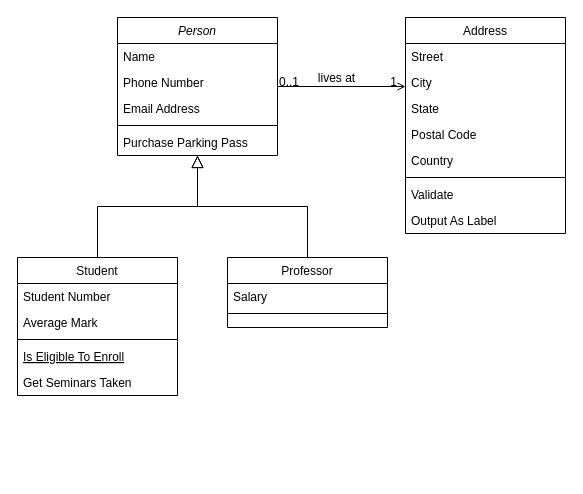
Before: 제목 없는 다이어그램.drawio in shashak23/kt_ds_education, a draw.io diagram. Source tidied: cells renumbered, new cells numbered last; positions are measured from the earlier drawing's top-left corner, leaving out a move shared by most shapes. Both pictures are drawn from the tidied source at 100%, with x=0, y=0 at pixel (17, 17).
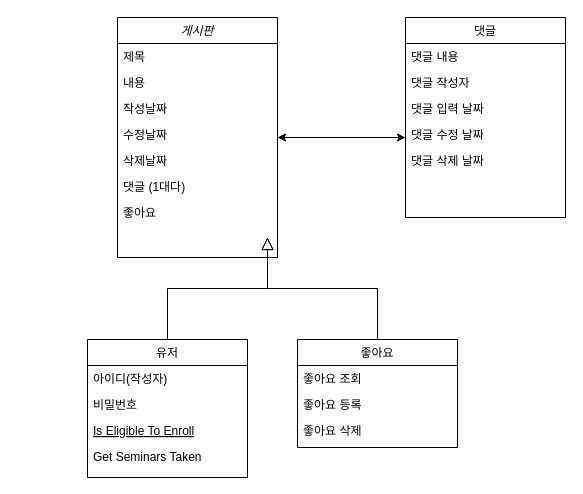
After the change.

Change to the diagram source:
```diff
@@
-    <mxCell id="2" value="Person" style="swimlane;fontStyle=2;align=center;verticalAlign=top;horizontal=1;startSize=26;rounded=0;shadow=0;strokeWidth=1;" parent="1" vertex="1">
-      <mxGeometry x="100" width="160" height="138" as="geometry" />
+    <mxCell id="2" value="게시판" style="swimlane;fontStyle=2;align=center;verticalAlign=top;horizontal=1;startSize=26;rounded=0;shadow=0;strokeWidth=1;" parent="1" vertex="1">
+      <mxGeometry x="100" width="160" height="240" as="geometry" />
     </mxCell>
-    <mxCell id="3" value="Name" style="text;align=left;verticalAlign=top;spacingLeft=4;spacingRight=4;overflow=hidden;" parent="2" vertex="1">
+    <mxCell id="3" value="제목" style="text;align=left;verticalAlign=top;spacingLeft=4;spacingRight=4;overflow=hidden;" parent="2" vertex="1">
       <mxGeometry y="26" width="160" height="26" as="geometry" />
     </mxCell>
-    <mxCell id="4" value="Phone Number" style="text;align=left;verticalAlign=top;spacingLeft=4;spacingRight=4;overflow=hidden;rounded=0;shadow=0;html=0;" parent="2" vertex="1">
+    <mxCell id="4" value="내용" style="text;align=left;verticalAlign=top;spacingLeft=4;spacingRight=4;overflow=hidden;rounded=0;shadow=0;html=0;" parent="2" vertex="1">
       <mxGeometry y="52" width="160" height="26" as="geometry" />
     </mxCell>
-    <mxCell id="5" value="Email Address" style="text;align=left;verticalAlign=top;spacingLeft=4;spacingRight=4;overflow=hidden;rounded=0;shadow=0;html=0;" parent="2" vertex="1">
+    <mxCell id="5" value="작성날짜" style="text;align=left;verticalAlign=top;spacingLeft=4;spacingRight=4;overflow=hidden;rounded=0;shadow=0;html=0;" parent="2" vertex="1">
       <mxGeometry y="78" width="160" height="26" as="geometry" />
     </mxCell>
-    <mxCell id="6" style="line;html=1;strokeWidth=1;align=left;verticalAlign=middle;spacingTop=-1;spacingLeft=3;spacingRight=3;labelPosition=right;" parent="2" vertex="1">
-      <mxGeometry y="104" width="160" height="8" as="geometry" />
-    </mxCell>
-    <mxCell id="7" value="Purchase Parking Pass" style="text;align=left;verticalAlign=top;spacingLeft=4;spacingRight=4;overflow=hidden;" parent="2" vertex="1">
-      <mxGeometry y="112" width="160" height="26" as="geometry" />
-    </mxCell>
+    <mxCell id="32" value="수정날짜" style="text;align=left;verticalAlign=top;spacingLeft=4;spacingRight=4;overflow=hidden;rounded=0;shadow=0;html=0;" parent="2" vertex="1">
+      <mxGeometry y="104" width="160" height="26" as="geometry" />
+    </mxCell>
+    <mxCell id="33" value="삭제날짜" style="text;align=left;verticalAlign=top;spacingLeft=4;spacingRight=4;overflow=hidden;rounded=0;shadow=0;html=0;" parent="2" vertex="1">
+      <mxGeometry y="130" width="160" height="26" as="geometry" />
+    </mxCell>
+    <mxCell id="34" value="댓글 (1대다)" style="text;align=left;verticalAlign=top;spacingLeft=4;spacingRight=4;overflow=hidden;rounded=0;shadow=0;html=0;" parent="2" vertex="1">
+      <mxGeometry y="156" width="160" height="26" as="geometry" />
+    </mxCell>
+    <mxCell id="35" value="좋아요" style="text;align=left;verticalAlign=top;spacingLeft=4;spacingRight=4;overflow=hidden;rounded=0;shadow=0;html=0;" parent="2" vertex="1">
+      <mxGeometry y="182" width="160" height="26" as="geometry" />
+    </mxCell>
-    <mxCell id="8" value="Student" style="swimlane;fontStyle=0;align=center;verticalAlign=top;horizontal=1;startSize=26;rounded=0;shadow=0;strokeWidth=1;" parent="1" vertex="1">
-      <mxGeometry y="240" width="160" height="138" as="geometry" />
+    <mxCell id="8" value="유저" style="swimlane;fontStyle=0;align=center;verticalAlign=top;horizontal=1;startSize=26;rounded=0;shadow=0;strokeWidth=1;" parent="1" vertex="1">
+      <mxGeometry x="70" y="322" width="160" height="138" as="geometry" />
     </mxCell>
-    <mxCell id="9" value="Student Number" style="text;align=left;verticalAlign=top;spacingLeft=4;spacingRight=4;overflow=hidden;" parent="8" vertex="1">
+    <mxCell id="9" value="아이디(작성자)" style="text;align=left;verticalAlign=top;spacingLeft=4;spacingRight=4;overflow=hidden;" parent="8" vertex="1">
       <mxGeometry y="26" width="160" height="26" as="geometry" />
     </mxCell>
-    <mxCell id="10" value="Average Mark" style="text;align=left;verticalAlign=top;spacingLeft=4;spacingRight=4;overflow=hidden;rounded=0;shadow=0;html=0;" parent="8" vertex="1">
+    <mxCell id="10" value="비밀번호" style="text;align=left;verticalAlign=top;spacingLeft=4;spacingRight=4;overflow=hidden;rounded=0;shadow=0;html=0;" parent="8" vertex="1">
       <mxGeometry y="52" width="160" height="26" as="geometry" />
     </mxCell>
-    <mxCell id="11" style="line;html=1;strokeWidth=1;align=left;verticalAlign=middle;spacingTop=-1;spacingLeft=3;spacingRight=3;labelPosition=right;" parent="8" vertex="1">
-      <mxGeometry y="78" width="160" height="8" as="geometry" />
-    </mxCell>
     <mxCell id="12" value="Is Eligible To Enroll" style="text;align=left;verticalAlign=top;spacingLeft=4;spacingRight=4;overflow=hidden;fontStyle=4;" parent="8" vertex="1">
-      <mxGeometry y="86" width="160" height="26" as="geometry" />
+      <mxGeometry y="78" width="160" height="26" as="geometry" />
     </mxCell>
     <mxCell id="13" value="Get Seminars Taken" style="text;align=left;verticalAlign=top;spacingLeft=4;spacingRight=4;overflow=hidden;" parent="8" vertex="1">
-      <mxGeometry y="112" width="160" height="26" as="geometry" />
+      <mxGeometry y="104" width="160" height="26" as="geometry" />
     </mxCell>
-    <mxCell id="14" style="endArrow=block;endSize=10;endFill=0;shadow=0;strokeWidth=1;rounded=0;edgeStyle=elbowEdgeStyle;elbow=vertical;" parent="1" edge="1" source="8" target="2">
-      <mxGeometry relative="1" as="geometry" />
+    <mxCell id="14" style="endArrow=block;endSize=10;endFill=0;shadow=0;strokeWidth=1;rounded=0;edgeStyle=elbowEdgeStyle;elbow=vertical;" parent="1" edge="1" source="8">
+      <mxGeometry relative="1" as="geometry">
+        <mxPoint x="250" y="220" as="targetPoint" />
+      </mxGeometry>
     </mxCell>
-    <mxCell id="15" value="Professor" style="swimlane;fontStyle=0;align=center;verticalAlign=top;horizontal=1;startSize=26;rounded=0;shadow=0;strokeWidth=1;" parent="1" vertex="1">
-      <mxGeometry x="210" y="240" width="160" height="70" as="geometry" />
+    <mxCell id="15" value="좋아요" style="swimlane;fontStyle=0;align=center;verticalAlign=top;horizontal=1;startSize=26;rounded=0;shadow=0;strokeWidth=1;" parent="1" vertex="1">
+      <mxGeometry x="280" y="322" width="160" height="108" as="geometry" />
     </mxCell>
-    <mxCell id="16" value="Salary" style="text;align=left;verticalAlign=top;spacingLeft=4;spacingRight=4;overflow=hidden;" parent="15" vertex="1">
+    <mxCell id="16" value="좋아요 조회" style="text;align=left;verticalAlign=top;spacingLeft=4;spacingRight=4;overflow=hidden;" parent="15" vertex="1">
       <mxGeometry y="26" width="160" height="26" as="geometry" />
     </mxCell>
-    <mxCell id="17" style="line;html=1;strokeWidth=1;align=left;verticalAlign=middle;spacingTop=-1;spacingLeft=3;spacingRight=3;labelPosition=right;" parent="15" vertex="1">
-      <mxGeometry y="52" width="160" height="8" as="geometry" />
-    </mxCell>
+    <mxCell id="36" value="좋아요 등록" style="text;align=left;verticalAlign=top;spacingLeft=4;spacingRight=4;overflow=hidden;" parent="15" vertex="1">
+      <mxGeometry y="52" width="160" height="26" as="geometry" />
+    </mxCell>
+    <mxCell id="37" value="좋아요 삭제" style="text;align=left;verticalAlign=top;spacingLeft=4;spacingRight=4;overflow=hidden;" parent="15" vertex="1">
+      <mxGeometry y="78" width="160" height="26" as="geometry" />
+    </mxCell>
-    <mxCell id="18" style="endArrow=block;endSize=10;endFill=0;shadow=0;strokeWidth=1;rounded=0;edgeStyle=elbowEdgeStyle;elbow=vertical;" parent="1" edge="1" source="15" target="2">
-      <mxGeometry relative="1" as="geometry" />
+    <mxCell id="18" style="endArrow=block;endSize=10;endFill=0;shadow=0;strokeWidth=1;rounded=0;edgeStyle=elbowEdgeStyle;elbow=vertical;" parent="1" edge="1" source="15">
+      <mxGeometry relative="1" as="geometry">
+        <mxPoint x="250" y="220" as="targetPoint" />
+      </mxGeometry>
     </mxCell>
-    <mxCell id="19" value="Address" style="swimlane;fontStyle=0;align=center;verticalAlign=top;horizontal=1;startSize=26;rounded=0;shadow=0;strokeWidth=1;" parent="1" vertex="1">
-      <mxGeometry x="388" width="160" height="216" as="geometry" />
+    <mxCell id="19" value="댓글" style="swimlane;fontStyle=0;align=center;verticalAlign=top;horizontal=1;startSize=26;rounded=0;shadow=0;strokeWidth=1;" parent="1" vertex="1">
+      <mxGeometry x="388" width="160" height="200" as="geometry" />
     </mxCell>
-    <mxCell id="20" value="Street" style="text;align=left;verticalAlign=top;spacingLeft=4;spacingRight=4;overflow=hidden;" parent="19" vertex="1">
+    <mxCell id="20" value="댓글 내용" style="text;align=left;verticalAlign=top;spacingLeft=4;spacingRight=4;overflow=hidden;" parent="19" vertex="1">
       <mxGeometry y="26" width="160" height="26" as="geometry" />
     </mxCell>
-    <mxCell id="21" value="City" style="text;align=left;verticalAlign=top;spacingLeft=4;spacingRight=4;overflow=hidden;rounded=0;shadow=0;html=0;" parent="19" vertex="1">
+    <mxCell id="21" value="댓글 작성자" style="text;align=left;verticalAlign=top;spacingLeft=4;spacingRight=4;overflow=hidden;rounded=0;shadow=0;html=0;" parent="19" vertex="1">
       <mxGeometry y="52" width="160" height="26" as="geometry" />
     </mxCell>
-    <mxCell id="22" value="State" style="text;align=left;verticalAlign=top;spacingLeft=4;spacingRight=4;overflow=hidden;rounded=0;shadow=0;html=0;" parent="19" vertex="1">
+    <mxCell id="22" value="댓글 입력 날짜" style="text;align=left;verticalAlign=top;spacingLeft=4;spacingRight=4;overflow=hidden;rounded=0;shadow=0;html=0;" parent="19" vertex="1">
       <mxGeometry y="78" width="160" height="26" as="geometry" />
     </mxCell>
-    <mxCell id="23" value="Postal Code" style="text;align=left;verticalAlign=top;spacingLeft=4;spacingRight=4;overflow=hidden;rounded=0;shadow=0;html=0;" parent="19" vertex="1">
+    <mxCell id="23" value="댓글 수정 날짜" style="text;align=left;verticalAlign=top;spacingLeft=4;spacingRight=4;overflow=hidden;rounded=0;shadow=0;html=0;" parent="19" vertex="1">
       <mxGeometry y="104" width="160" height="26" as="geometry" />
     </mxCell>
-    <mxCell id="24" value="Country" style="text;align=left;verticalAlign=top;spacingLeft=4;spacingRight=4;overflow=hidden;rounded=0;shadow=0;html=0;" parent="19" vertex="1">
+    <mxCell id="24" value="댓글 삭제 날짜" style="text;align=left;verticalAlign=top;spacingLeft=4;spacingRight=4;overflow=hidden;rounded=0;shadow=0;html=0;" parent="19" vertex="1">
       <mxGeometry y="130" width="160" height="26" as="geometry" />
     </mxCell>
-    <mxCell id="25" style="line;html=1;strokeWidth=1;align=left;verticalAlign=middle;spacingTop=-1;spacingLeft=3;spacingRight=3;labelPosition=right;" parent="19" vertex="1">
-      <mxGeometry y="156" width="160" height="8" as="geometry" />
-    </mxCell>
-    <mxCell id="26" value="Validate" style="text;align=left;verticalAlign=top;spacingLeft=4;spacingRight=4;overflow=hidden;" parent="19" vertex="1">
-      <mxGeometry y="164" width="160" height="26" as="geometry" />
-    </mxCell>
-    <mxCell id="27" value="Output As Label" style="text;align=left;verticalAlign=top;spacingLeft=4;spacingRight=4;overflow=hidden;" parent="19" vertex="1">
-      <mxGeometry y="190" width="160" height="26" as="geometry" />
-    </mxCell>
-    <mxCell id="28" style="endArrow=open;shadow=0;strokeWidth=1;rounded=0;endFill=1;edgeStyle=elbowEdgeStyle;elbow=vertical;" parent="1" edge="1" source="2" target="19">
-      <mxGeometry x="0.5" y="41" relative="1" as="geometry">
-        <mxPoint x="-40" y="32" as="offset" />
-      </mxGeometry>
-    </mxCell>
-    <mxCell id="29" value="0..1" style="align=left;verticalAlign=bottom;labelBackgroundColor=none;fontSize=12;" parent="28" vertex="1">
-      <mxGeometry x="-1" relative="1" as="geometry">
-        <mxPoint y="4" as="offset" />
-      </mxGeometry>
-    </mxCell>
-    <mxCell id="30" value="1" style="align=right;verticalAlign=bottom;labelBackgroundColor=none;fontSize=12;" parent="28" vertex="1">
-      <mxGeometry x="1" relative="1" as="geometry">
-        <mxPoint x="-7" y="4" as="offset" />
-      </mxGeometry>
-    </mxCell>
-    <mxCell id="31" value="lives at" style="text;html=1;align=center;verticalAlign=middle;labelBackgroundColor=none;rounded=0;shadow=0;strokeWidth=1;fontSize=12;" parent="28" vertex="1">
-      <mxGeometry x="0.5" y="49" relative="1" as="geometry">
-        <mxPoint x="-38" y="40" as="offset" />
-      </mxGeometry>
-    </mxCell>
+    <mxCell id="38" style="endArrow=classic;startArrow=classic;html=1;rounded=0;entryX=0;entryY=0.5;entryDx=0;entryDy=0;exitX=1;exitY=0.5;exitDx=0;exitDy=0;" parent="1" edge="1">
+      <mxGeometry relative="1" as="geometry">
+        <mxPoint x="260" y="120" as="sourcePoint" />
+        <mxPoint x="388" y="120" as="targetPoint" />
+      </mxGeometry>
+    </mxCell>
```
